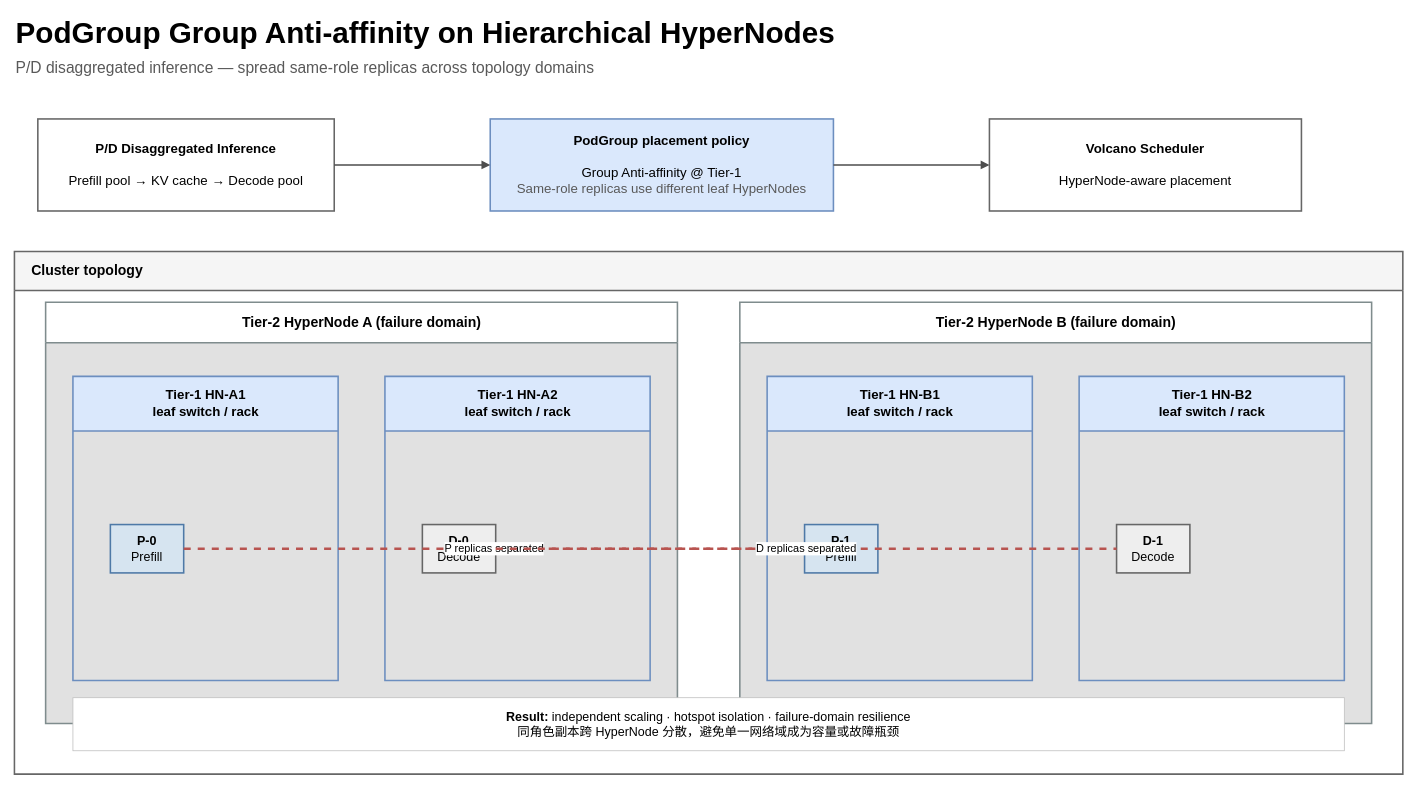
This is docs/images/network-topology/podgroup-antiaffinity-hypernode.drawio from JesseStutler/volcano, a draw.io file, before an edit. Source tidied: cells renumbered, new cells numbered last; positions are measured from the earlier drawing's top-left corner, leaving out a move shared by most shapes. Both pictures are drawn from the tidied source at 78%, with x=0, y=0 at pixel (14, 13).
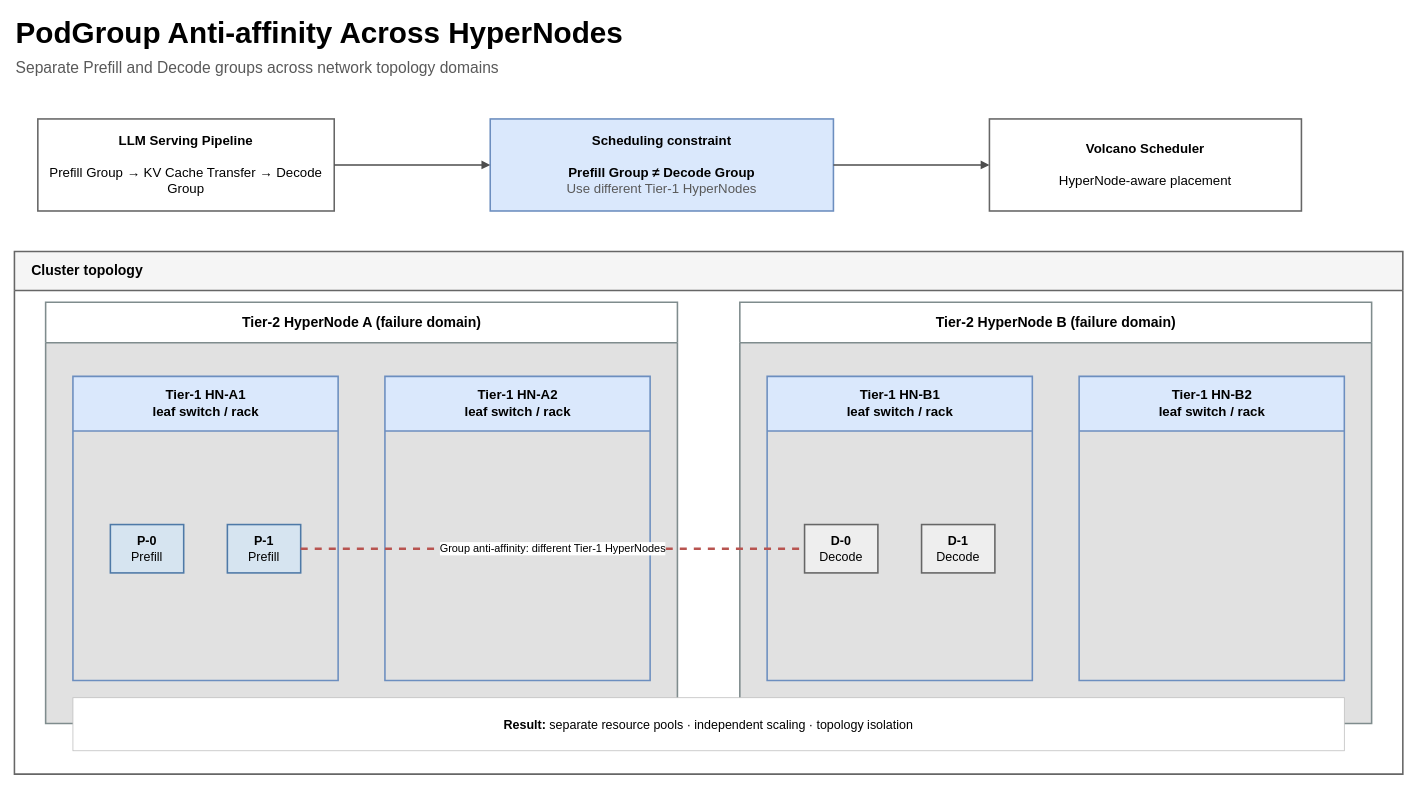
The same diagram, later.

Commit message (it also covers changes not shown here):
docs: clarify PodGroup topology diagrams

Unchanged cells that the change refers to:
```xml
<mxCell id="16" value="&lt;b&gt;P-0&lt;/b&gt;&lt;br&gt;Prefill" style="rounded=0;whiteSpace=wrap;html=1;fillColor=#d6e4f0;strokeColor=#4e79a7;strokeWidth=2;fontSize=16;" parent="1" vertex="1">
  <mxGeometry x="123" y="655" width="94" height="62" as="geometry" />
</mxCell>
```

The edit, as a diff of the source:
```diff
@@
-    <mxCell id="2" value="PodGroup Group Anti-affinity on Hierarchical HyperNodes" style="text;html=1;strokeColor=none;fillColor=none;align=left;verticalAlign=middle;fontSize=38;fontStyle=1;" parent="1" vertex="1">
+    <mxCell id="2" value="PodGroup Anti-affinity Across HyperNodes" style="text;html=1;strokeColor=none;fillColor=none;align=left;verticalAlign=middle;fontSize=38;fontStyle=1;" parent="1" vertex="1">
       <mxGeometry width="1100" height="50" as="geometry" />
     </mxCell>
-    <mxCell id="3" value="P/D disaggregated inference — spread same-role replicas across topology domains" style="text;html=1;strokeColor=none;fillColor=none;align=left;fontSize=20;fontColor=#595959;" parent="1" vertex="1">
+    <mxCell id="3" value="Separate Prefill and Decode groups across network topology domains" style="text;html=1;strokeColor=none;fillColor=none;align=left;fontSize=20;fontColor=#595959;" parent="1" vertex="1">
       <mxGeometry y="50" width="1100" height="35" as="geometry" />
     </mxCell>
-    <mxCell id="4" value="&lt;b&gt;P/D Disaggregated Inference&lt;/b&gt;&lt;br&gt;&lt;br&gt;Prefill pool → KV cache → Decode pool" style="rounded=0;whiteSpace=wrap;html=1;fillColor=#ffffff;strokeColor=#666666;strokeWidth=2;fontSize=17;" parent="1" vertex="1">
+    <mxCell id="4" value="&lt;b&gt;LLM Serving Pipeline&lt;/b&gt;&lt;br&gt;&lt;br&gt;Prefill Group → KV Cache Transfer → Decode Group" style="rounded=0;whiteSpace=wrap;html=1;fillColor=#ffffff;strokeColor=#666666;strokeWidth=2;fontSize=17;" parent="1" vertex="1">
       <mxGeometry x="30" y="135" width="380" height="118" as="geometry" />
     </mxCell>
-    <mxCell id="5" value="&lt;b&gt;PodGroup placement policy&lt;/b&gt;&lt;br&gt;&lt;br&gt;Group Anti-affinity @ Tier-1&lt;br&gt;&lt;font color=&quot;#595959&quot;&gt;Same-role replicas use different leaf HyperNodes&lt;/font&gt;" style="rounded=0;whiteSpace=wrap;html=1;fillColor=#dae8fc;strokeColor=#6c8ebf;strokeWidth=2;fontSize=17;" parent="1" vertex="1">
+    <mxCell id="5" value="&lt;b&gt;Scheduling constraint&lt;/b&gt;&lt;br&gt;&lt;br&gt;&lt;b&gt;Prefill Group ≠ Decode Group&lt;/b&gt;&lt;br&gt;&lt;font color=&quot;#595959&quot;&gt;Use different Tier-1 HyperNodes&lt;/font&gt;" style="rounded=0;whiteSpace=wrap;html=1;fillColor=#dae8fc;strokeColor=#6c8ebf;strokeWidth=2;fontSize=17;" parent="1" vertex="1">
       <mxGeometry x="610" y="135" width="440" height="118" as="geometry" />
     </mxCell>
@@
+    <mxCell id="18" value="&lt;b&gt;P-1&lt;/b&gt;&lt;br&gt;Prefill" style="rounded=0;whiteSpace=wrap;html=1;fillColor=#d6e4f0;strokeColor=#4e79a7;strokeWidth=2;fontSize=16;" parent="1" vertex="1">
+      <mxGeometry x="273" y="655" width="94" height="62" as="geometry" />
+    </mxCell>
     <mxCell id="17" value="&lt;b&gt;D-0&lt;/b&gt;&lt;br&gt;Decode" style="rounded=0;whiteSpace=wrap;html=1;fillColor=#eeeeee;strokeColor=#666666;strokeWidth=2;fontSize=16;" parent="1" vertex="1">
-      <mxGeometry x="523" y="655" width="94" height="62" as="geometry" />
+      <mxGeometry x="1013" y="655" width="94" height="62" as="geometry" />
     </mxCell>
-    <mxCell id="18" value="&lt;b&gt;P-1&lt;/b&gt;&lt;br&gt;Prefill" style="rounded=0;whiteSpace=wrap;html=1;fillColor=#d6e4f0;strokeColor=#4e79a7;strokeWidth=2;fontSize=16;" parent="1" vertex="1">
-      <mxGeometry x="1013" y="655" width="94" height="62" as="geometry" />
-    </mxCell>
     <mxCell id="19" value="&lt;b&gt;D-1&lt;/b&gt;&lt;br&gt;Decode" style="rounded=0;whiteSpace=wrap;html=1;fillColor=#eeeeee;strokeColor=#666666;strokeWidth=2;fontSize=16;" parent="1" vertex="1">
-      <mxGeometry x="1413" y="655" width="94" height="62" as="geometry" />
+      <mxGeometry x="1163" y="655" width="94" height="62" as="geometry" />
     </mxCell>
-    <mxCell id="20" value="P replicas separated" style="edgeStyle=orthogonalEdgeStyle;rounded=0;html=1;endArrow=none;strokeColor=#b85450;strokeWidth=3;dashed=1;fontSize=14;" parent="1" edge="1" source="16" target="18">
-      <mxGeometry relative="1" as="geometry" />
-    </mxCell>
-    <mxCell id="21" value="D replicas separated" style="edgeStyle=orthogonalEdgeStyle;rounded=0;html=1;endArrow=none;strokeColor=#b85450;strokeWidth=3;dashed=1;fontSize=14;" parent="1" edge="1" source="17" target="19">
-      <mxGeometry relative="1" as="geometry" />
-    </mxCell>
+    <mxCell id="23" value="Group anti-affinity: different Tier-1 HyperNodes" style="edgeStyle=orthogonalEdgeStyle;rounded=0;html=1;endArrow=none;strokeColor=#b85450;strokeWidth=3;dashed=1;fontSize=14;" parent="1" edge="1" source="18" target="17">
+      <mxGeometry relative="1" as="geometry" />
+    </mxCell>
-    <mxCell id="22" value="&lt;b&gt;Result:&lt;/b&gt; independent scaling · hotspot isolation · failure-domain resilience&lt;br&gt;同角色副本跨 HyperNode 分散，避免单一网络域成为容量或故障瓶颈" style="rounded=0;whiteSpace=wrap;html=1;fillColor=#ffffff;strokeColor=#bfbfbf;fontSize=16;" parent="1" vertex="1">
+    <mxCell id="22" value="&lt;b&gt;Result:&lt;/b&gt; separate resource pools · independent scaling · topology isolation" style="rounded=0;whiteSpace=wrap;html=1;fillColor=#ffffff;strokeColor=#bfbfbf;fontSize=16;" parent="1" vertex="1">
       <mxGeometry x="75" y="877" width="1630" height="68" as="geometry" />
     </mxCell>
```
